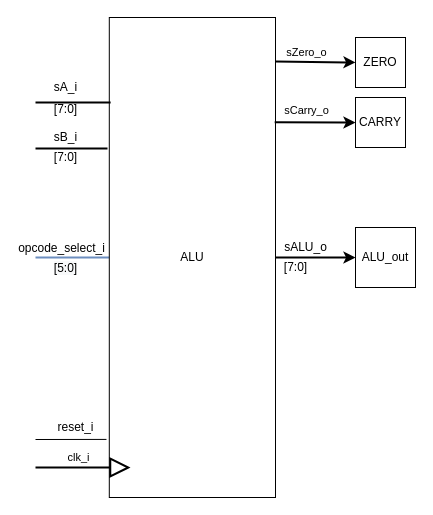
Earlier version of the draw.io diagram Blockbeschreibungen/ALU_beschreibung.drawio (graefjk/RO2). Source tidied: cells renumbered, new cells numbered last; positions are measured from the earlier drawing's top-left corner, leaving out a move shared by most shapes. Both pictures are drawn from the tidied source at 100%, with x=0, y=0 at pixel (35, 17).
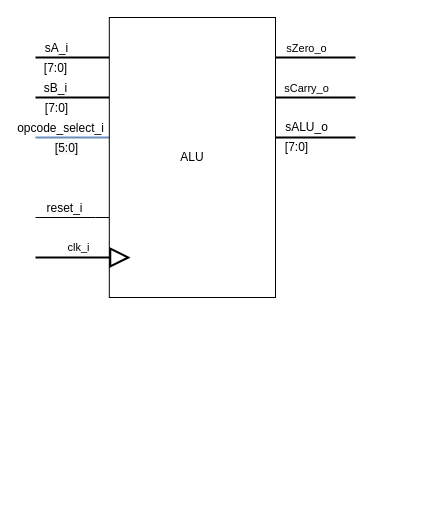
The same page after the edit.

Change to the diagram source:
```diff
@@
     <mxCell id="2" style="edgeStyle=orthogonalEdgeStyle;rounded=0;jettySize=auto;html=1;endArrow=none;endFill=0;strokeWidth=2;fillColor=#dae8fc;strokeColor=#6c8ebf;" parent="1" edge="1" source="5">
       <mxGeometry relative="1" as="geometry">
-        <mxPoint y="240" as="targetPoint" />
+        <mxPoint y="120" as="targetPoint" />
+        <Array as="points">
+          <mxPoint x="20" y="120" />
+          <mxPoint x="20" y="120" />
+        </Array>
       </mxGeometry>
     </mxCell>
@@
+    <mxCell id="25" style="edgeStyle=orthogonalEdgeStyle;rounded=0;jettySize=auto;html=1;strokeWidth=2;endArrow=none;endFill=0;" parent="1" edge="1" source="5">
+      <mxGeometry relative="1" as="geometry">
+        <mxPoint x="320" y="120" as="targetPoint" />
+        <Array as="points">
+          <mxPoint x="260" y="120" />
+          <mxPoint x="260" y="120" />
+        </Array>
+      </mxGeometry>
+    </mxCell>
+    <mxCell id="22" value="&lt;span style=&quot;font-size: 12px;&quot;&gt;sALU_o&lt;/span&gt;" style="edgeLabel;html=1;align=center;verticalAlign=middle;labelBackgroundColor=none;" parent="25" vertex="1">
+      <mxGeometry x="0.24" relative="1" as="geometry">
+        <mxPoint x="-20" y="-10.8" as="offset" />
+      </mxGeometry>
+    </mxCell>
+    <mxCell id="26" value="&lt;span style=&quot;font-size: 12px;&quot;&gt;[7:0]&lt;/span&gt;" style="edgeLabel;html=1;align=center;verticalAlign=middle;labelBackgroundColor=none;" parent="25" vertex="1">
+      <mxGeometry y="-28" relative="1" as="geometry">
+        <mxPoint x="-20" y="-18.8" as="offset" />
+      </mxGeometry>
+    </mxCell>
+    <mxCell id="27" style="edgeStyle=orthogonalEdgeStyle;rounded=0;jettySize=auto;html=1;endArrow=none;endFill=0;strokeWidth=2;" parent="1" edge="1" source="5">
+      <mxGeometry relative="1" as="geometry">
+        <mxPoint x="320" y="40" as="targetPoint" />
+        <Array as="points">
+          <mxPoint x="300" y="40" />
+          <mxPoint x="300" y="40" />
+        </Array>
+      </mxGeometry>
+    </mxCell>
+    <mxCell id="18" value="sZero_o" style="edgeLabel;html=1;align=center;verticalAlign=middle;labelBackgroundColor=none;" parent="27" vertex="1">
+      <mxGeometry x="0.25" y="39" relative="1" as="geometry">
+        <mxPoint x="-20" y="29" as="offset" />
+      </mxGeometry>
+    </mxCell>
+    <mxCell id="28" style="edgeStyle=orthogonalEdgeStyle;rounded=0;jettySize=auto;html=1;endArrow=none;endFill=0;strokeWidth=2;" parent="1" edge="1" source="5">
+      <mxGeometry relative="1" as="geometry">
+        <mxPoint x="320" y="80" as="targetPoint" />
+        <Array as="points">
+          <mxPoint x="290" y="80" />
+          <mxPoint x="290" y="80" />
+        </Array>
+      </mxGeometry>
+    </mxCell>
+    <mxCell id="20" value="sCarry_o" style="edgeLabel;html=1;align=center;verticalAlign=middle;labelBackgroundColor=none;" parent="28" vertex="1">
+      <mxGeometry x="0.25" y="40" relative="1" as="geometry">
+        <mxPoint x="-20" y="30" as="offset" />
+      </mxGeometry>
+    </mxCell>
+    <mxCell id="29" style="edgeStyle=orthogonalEdgeStyle;rounded=0;jettySize=auto;html=1;endArrow=none;endFill=0;strokeWidth=2;" parent="1" edge="1" source="5">
+      <mxGeometry relative="1" as="geometry">
+        <mxPoint y="40" as="targetPoint" />
+        <Array as="points">
+          <mxPoint x="60" y="40" />
+          <mxPoint x="60" y="40" />
+        </Array>
+      </mxGeometry>
+    </mxCell>
+    <mxCell id="8" value="&lt;span style=&quot;font-size: 12px;&quot;&gt;sA_i&lt;/span&gt;" style="edgeLabel;html=1;align=center;verticalAlign=middle;labelBackgroundColor=none;" parent="29" vertex="1">
+      <mxGeometry x="0.84" y="-1" relative="1" as="geometry">
+        <mxPoint x="14.2" y="-9" as="offset" />
+      </mxGeometry>
+    </mxCell>
+    <mxCell id="30" value="&lt;span style=&quot;font-size: 12px;&quot;&gt;[7:0]&lt;/span&gt;" style="edgeLabel;html=1;align=center;verticalAlign=middle;labelBackgroundColor=none;" parent="29" vertex="1">
+      <mxGeometry x="-0.63" y="2" relative="1" as="geometry">
+        <mxPoint x="-40.1" y="8" as="offset" />
+      </mxGeometry>
+    </mxCell>
+    <mxCell id="31" style="edgeStyle=orthogonalEdgeStyle;rounded=0;jettySize=auto;html=1;endArrow=none;endFill=0;strokeWidth=2;" parent="1" edge="1" source="5">
+      <mxGeometry relative="1" as="geometry">
+        <mxPoint y="80" as="targetPoint" />
+        <Array as="points">
+          <mxPoint x="60" y="80" />
+          <mxPoint x="60" y="80" />
+        </Array>
+      </mxGeometry>
+    </mxCell>
+    <mxCell id="9" value="&lt;span style=&quot;font-size: 12px;&quot;&gt;sB_i&lt;/span&gt;" style="edgeLabel;html=1;align=center;verticalAlign=middle;labelBackgroundColor=none;" parent="31" vertex="1">
+      <mxGeometry x="0.67" y="-1" relative="1" as="geometry">
+        <mxPoint x="7.8" y="-9" as="offset" />
+      </mxGeometry>
+    </mxCell>
+    <mxCell id="32" value="&lt;span style=&quot;font-size: 12px;&quot;&gt;[7:0]&lt;/span&gt;" style="edgeLabel;html=1;align=center;verticalAlign=middle;labelBackgroundColor=none;" parent="31" vertex="1">
+      <mxGeometry x="0.61" y="1" relative="1" as="geometry">
+        <mxPoint x="5.8" y="9" as="offset" />
+      </mxGeometry>
+    </mxCell>
+    <mxCell id="33" style="edgeStyle=orthogonalEdgeStyle;rounded=0;jettySize=auto;html=1;endArrow=none;endFill=0;strokeWidth=1;" parent="1" edge="1" source="5">
+      <mxGeometry relative="1" as="geometry">
+        <mxPoint y="200" as="targetPoint" />
+        <Array as="points">
+          <mxPoint x="60" y="200" />
+          <mxPoint x="60" y="200" />
+        </Array>
+      </mxGeometry>
+    </mxCell>
+    <mxCell id="12" value="&lt;span style=&quot;font-size: 12px;&quot;&gt;reset_i&lt;/span&gt;" style="edgeLabel;html=1;align=center;verticalAlign=middle;labelBackgroundColor=none;" parent="33" vertex="1">
+      <mxGeometry x="0.68" relative="1" as="geometry">
+        <mxPoint x="16.2" y="-10" as="offset" />
+      </mxGeometry>
+    </mxCell>
     <mxCell id="5" value="ALU" style="rounded=0;whiteSpace=wrap;html=1;rotation=0;" parent="1" vertex="1">
-      <mxGeometry x="73.8" width="166.2" height="480" as="geometry" />
+      <mxGeometry x="73.8" width="166.2" height="280" as="geometry" />
     </mxCell>
-    <mxCell id="6" style="endArrow=none;html=1;entryX=0.008;entryY=0.177;entryDx=0;entryDy=0;entryPerimeter=0;strokeWidth=2;" parent="1" edge="1" target="5">
-      <mxGeometry relative="1" as="geometry">
-        <mxPoint y="85" as="sourcePoint" />
-      </mxGeometry>
-    </mxCell>
-    <mxCell id="7" style="endArrow=none;html=1;entryX=-0.011;entryY=0.273;entryDx=0;entryDy=0;entryPerimeter=0;strokeWidth=2;" parent="1" edge="1" target="5">
-      <mxGeometry relative="1" as="geometry">
-        <mxPoint y="131" as="sourcePoint" />
-      </mxGeometry>
-    </mxCell>
-    <mxCell id="8" value="sA_i" style="text;html=1;align=center;verticalAlign=middle;strokeColor=none;" parent="1" vertex="1">
-      <mxGeometry x="10" y="60" width="40" height="20" as="geometry" />
-    </mxCell>
-    <mxCell id="9" value="sB_i" style="text;html=1;align=center;verticalAlign=middle;strokeColor=none;" parent="1" vertex="1">
-      <mxGeometry x="10" y="110" width="40" height="20" as="geometry" />
-    </mxCell>
     <mxCell id="10" value="clk_i" style="endArrow=block;endSize=16;endFill=0;html=1;strokeWidth=2;" parent="1" edge="1">
       <mxGeometry x="-0.09" y="10" relative="1" as="geometry">
-        <mxPoint y="450" as="sourcePoint" />
-        <mxPoint x="95" y="450" as="targetPoint" />
+        <mxPoint y="240" as="sourcePoint" />
+        <mxPoint x="95" y="240" as="targetPoint" />
       </mxGeometry>
     </mxCell>
-    <mxCell id="11" style="endArrow=none;html=1;exitX=-0.017;exitY=0.879;exitDx=0;exitDy=0;exitPerimeter=0;" parent="1" edge="1" source="5">
-      <mxGeometry relative="1" as="geometry">
-        <mxPoint y="422" as="targetPoint" />
-      </mxGeometry>
-    </mxCell>
-    <mxCell id="12" value="reset_i" style="text;html=1;align=center;verticalAlign=middle;strokeColor=none;" parent="1" vertex="1">
-      <mxGeometry x="15" y="400" width="50" height="20" as="geometry" />
-    </mxCell>
-    <mxCell id="13" value="[7:0]" style="text;html=1;align=center;verticalAlign=middle;strokeColor=none;" parent="1" vertex="1">
-      <mxGeometry x="10" y="82" width="40" height="20" as="geometry" />
-    </mxCell>
-    <mxCell id="14" value="[7:0]" style="text;html=1;align=center;verticalAlign=middle;strokeColor=none;" parent="1" vertex="1">
-      <mxGeometry x="10" y="130" width="40" height="20" as="geometry" />
-    </mxCell>
-    <mxCell id="15" value="ZERO" style="whiteSpace=wrap;html=1;" parent="1" vertex="1">
-      <mxGeometry x="320" y="20" width="50" height="50" as="geometry" />
-    </mxCell>
-    <mxCell id="16" value="CARRY" style="whiteSpace=wrap;html=1;" parent="1" vertex="1">
-      <mxGeometry x="320" y="80" width="50" height="50" as="geometry" />
-    </mxCell>
-    <mxCell id="17" style="endArrow=classic;html=1;strokeWidth=2;exitX=1;exitY=0.102;exitDx=0;exitDy=0;exitPerimeter=0;entryX=0;entryY=0.5;entryDx=0;entryDy=0;" parent="1" edge="1" target="15">
-      <mxGeometry relative="1" as="geometry">
-        <mxPoint x="240" y="44" as="sourcePoint" />
-      </mxGeometry>
-    </mxCell>
-    <mxCell id="18" value="sZero_o" style="edgeLabel;html=1;align=center;verticalAlign=middle;" parent="17" vertex="1">
-      <mxGeometry x="-0.58" y="3" relative="1" as="geometry">
-        <mxPoint x="13" y="-7.2" as="offset" />
-      </mxGeometry>
-    </mxCell>
-    <mxCell id="19" style="endArrow=classic;html=1;strokeWidth=2;exitX=0.995;exitY=0.21;exitDx=0;exitDy=0;exitPerimeter=0;entryX=0;entryY=0.5;entryDx=0;entryDy=0;" parent="1" edge="1" target="16">
-      <mxGeometry relative="1" as="geometry">
-        <mxPoint x="239.2" y="104.8" as="sourcePoint" />
-      </mxGeometry>
-    </mxCell>
-    <mxCell id="20" value="sCarry_o" style="edgeLabel;html=1;align=center;verticalAlign=middle;" parent="19" vertex="1">
-      <mxGeometry x="-0.66" y="2" relative="1" as="geometry">
-        <mxPoint x="17" y="-10.8" as="offset" />
-      </mxGeometry>
-    </mxCell>
-    <mxCell id="21" style="endArrow=classic;html=1;strokeWidth=2;exitX=1;exitY=0.5;exitDx=0;exitDy=0;" parent="1" edge="1" source="5" target="24">
-      <mxGeometry relative="1" as="geometry" />
-    </mxCell>
-    <mxCell id="22" value="sALU_o" style="text;html=1;align=center;verticalAlign=middle;strokeColor=none;" parent="1" vertex="1">
-      <mxGeometry x="240" y="220" width="60" height="20" as="geometry" />
-    </mxCell>
-    <mxCell id="23" value="[7:0]" style="text;html=1;align=center;verticalAlign=middle;strokeColor=none;" parent="1" vertex="1">
-      <mxGeometry x="240" y="240" width="40" height="20" as="geometry" />
-    </mxCell>
-    <mxCell id="24" value="ALU_out" style="whiteSpace=wrap;html=1;" parent="1" vertex="1">
-      <mxGeometry x="320" y="210" width="60" height="60" as="geometry" />
-    </mxCell>
```
